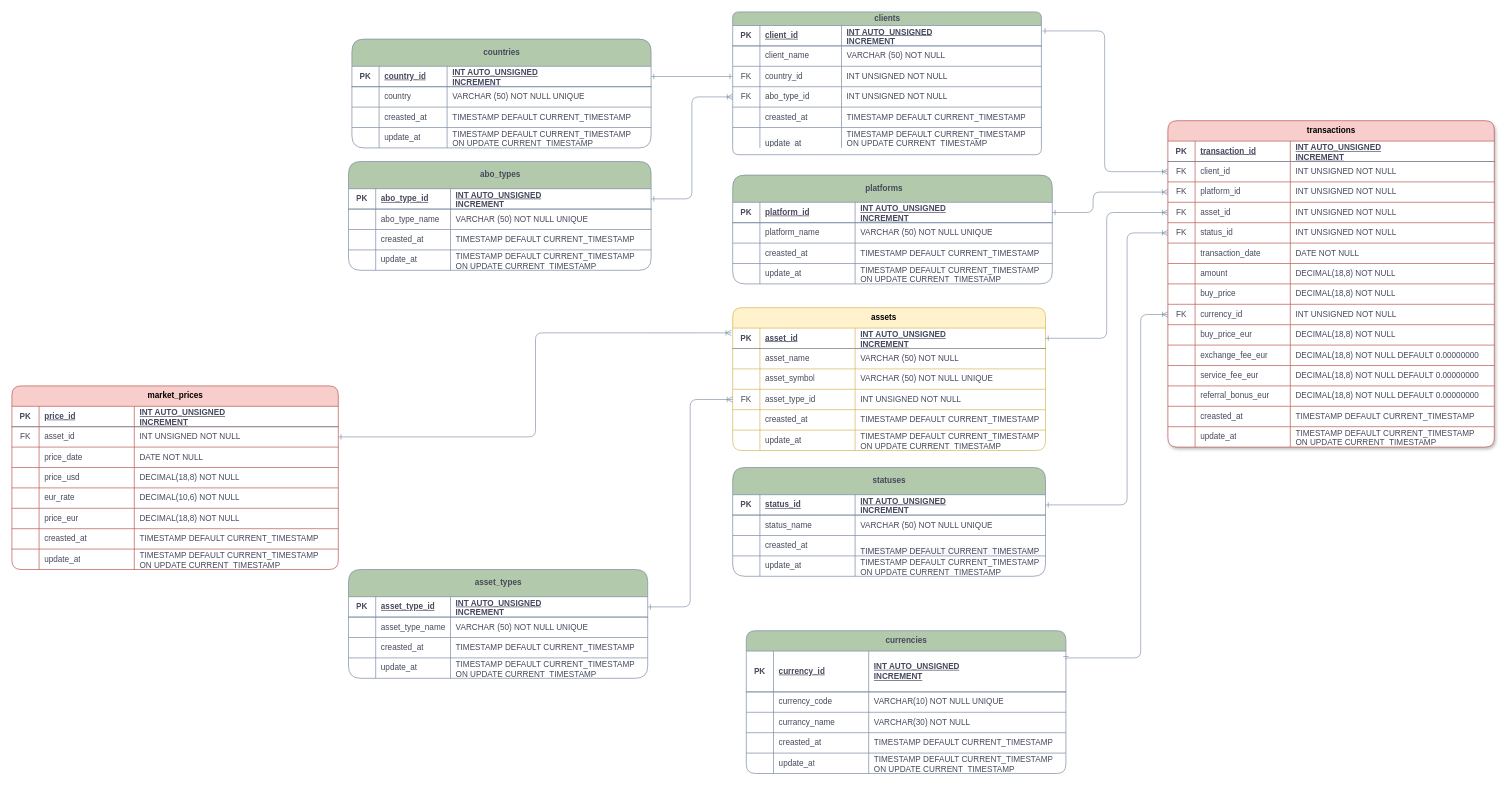
Earlier version of the draw.io diagram page "Seite-2" (1 of 2) of Crypto.drawio (KaterynaSavelieva/crypto-portfolio-analytics). Source tidied: cells renumbered, new cells numbered last; positions are measured from the earlier drawing's top-left corner, leaving out a move shared by most shapes. Both pictures are drawn from the tidied source at 68%, with x=0, y=0 at pixel (12, 12).
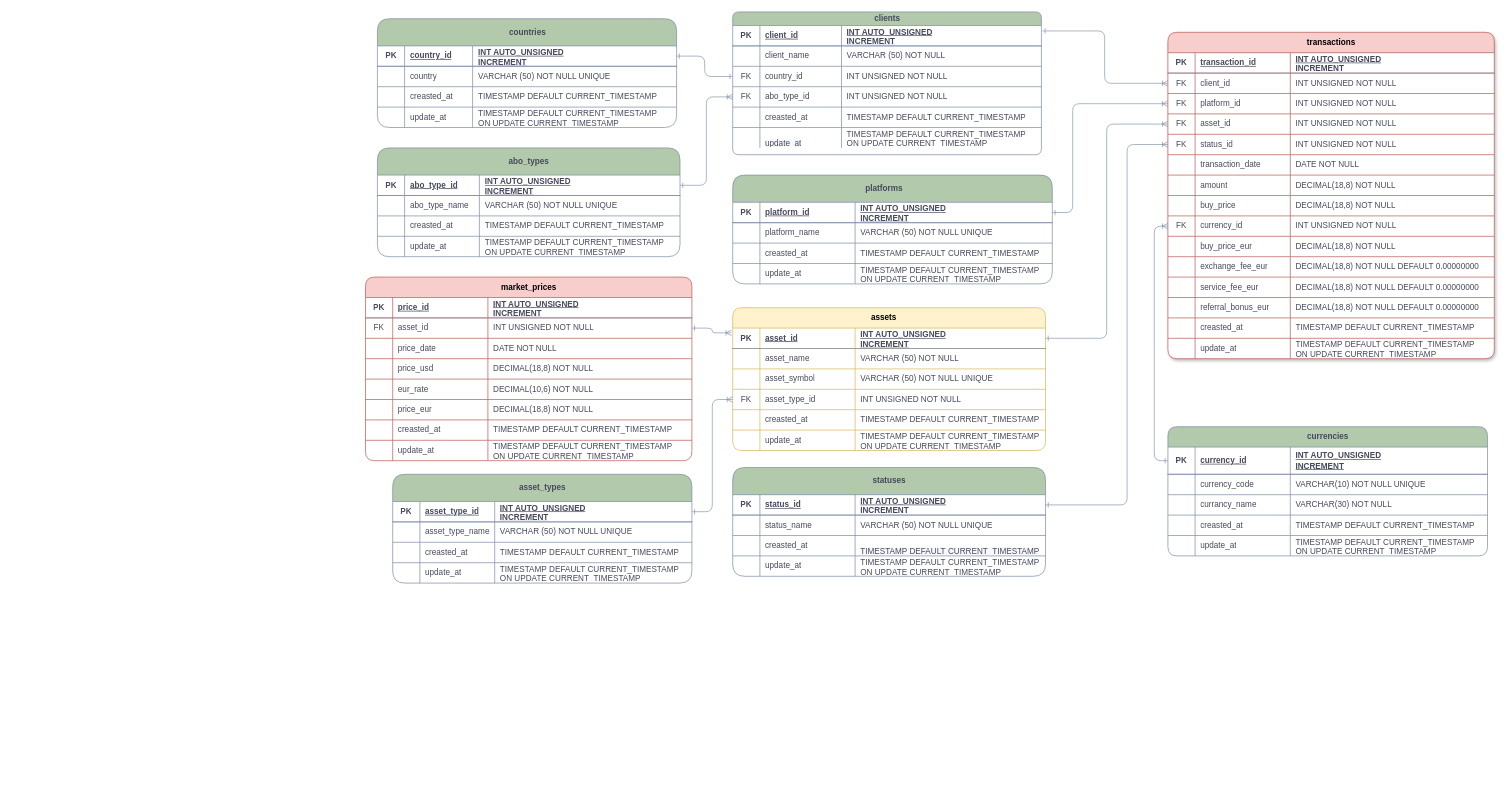
The same page after the edit.

Unchanged cells that the change refers to:
```xml
<mxCell id="107" style="shape=tableRow;horizontal=0;startSize=0;swimlaneHead=0;swimlaneBody=0;fillColor=none;points=[[0,0.5],[1,0.5]];portConstraint=eastwest;top=0;left=0;right=0;bottom=1;rounded=1;comic=0;html=1;strokeColor=#788AA3;fontColor=#46495D;" parent="106" vertex="1">
  <mxGeometry y="40" width="470" height="30" as="geometry" />
</mxCell>
<mxCell id="124" style="shape=tableRow;horizontal=0;startSize=0;swimlaneHead=0;swimlaneBody=0;fillColor=none;points=[[0,0.5],[1,0.5]];portConstraint=eastwest;top=0;left=0;right=0;bottom=1;rounded=1;comic=0;html=1;strokeColor=#788AA3;fontColor=#46495D;" parent="123" vertex="1">
  <mxGeometry y="40" width="460" height="30" as="geometry" />
</mxCell>
<mxCell id="149" style="shape=tableRow;horizontal=0;startSize=0;swimlaneHead=0;swimlaneBody=0;fillColor=none;points=[[0,0.5],[1,0.5]];portConstraint=eastwest;top=0;left=0;right=0;bottom=0;rounded=1;comic=0;html=1;strokeColor=#788AA3;fontColor=#46495D;" parent="140" vertex="1">
  <mxGeometry y="90" width="480" height="30" as="geometry" />
</mxCell>
<mxCell id="157" style="shape=tableRow;horizontal=0;startSize=0;swimlaneHead=0;swimlaneBody=0;fillColor=none;points=[[0,0.5],[1,0.5]];portConstraint=eastwest;top=0;left=0;right=0;bottom=0;rounded=1;comic=0;html=1;strokeColor=#788AA3;fontColor=#46495D;" parent="140" vertex="1">
  <mxGeometry y="150" width="480" height="30" as="geometry" />
</mxCell>
<mxCell id="173" style="shape=tableRow;horizontal=0;startSize=0;swimlaneHead=0;swimlaneBody=0;fillColor=none;points=[[0,0.5],[1,0.5]];portConstraint=eastwest;top=0;left=0;right=0;bottom=0;rounded=1;comic=0;html=1;strokeColor=#788AA3;fontColor=#46495D;" parent="140" vertex="1">
  <mxGeometry y="270" width="480" height="30" as="geometry" />
</mxCell>
```

The edit, as a diff of the source:
```diff
@@
     <mxCell id="2" value="abo_types" style="shape=table;startSize=40;childLayout=tableLayout;rowLines=1;fontStyle=1;align=center;rounded=1;comic=0;html=1;swimlaneHead=1;bottom=1;fillColor=#B2C9AB;strokeColor=#788AA3;fontColor=#46495D;verticalAlign=middle;fontSize=12;" parent="1" vertex="1">
-      <mxGeometry x="495" y="220" width="445" height="160" as="geometry" />
+      <mxGeometry x="537.5" y="200" width="445" height="160" as="geometry" />
     </mxCell>
@@
     <mxCell id="44" value="countries" style="shape=table;startSize=40;childLayout=tableLayout;rowLines=1;fontStyle=1;align=center;rounded=1;comic=0;html=1;swimlaneHead=1;bottom=1;fillColor=#B2C9AB;strokeColor=#788AA3;fontColor=#46495D;verticalAlign=middle;fontSize=12;" parent="1" vertex="1">
-      <mxGeometry x="500" y="40" width="440" height="160" as="geometry" />
+      <mxGeometry x="537.5" y="10" width="440" height="160" as="geometry" />
     </mxCell>
@@
     <mxCell id="86" value="asset_types" style="shape=table;startSize=40;childLayout=tableLayout;rowLines=1;fontStyle=1;align=center;rounded=1;comic=0;html=1;swimlaneHead=1;bottom=1;fillColor=#B2C9AB;strokeColor=#788AA3;fontColor=#46495D;verticalAlign=middle;fontSize=12;" parent="1" vertex="1">
-      <mxGeometry x="495" y="820" width="440" height="160" as="geometry" />
+      <mxGeometry x="560" y="680" width="440" height="160" as="geometry" />
     </mxCell>
@@
     <mxCell id="140" value="transactions" style="shape=table;startSize=30;childLayout=tableLayout;rowLines=1;fontStyle=1;align=center;rounded=1;comic=0;html=1;swimlaneHead=1;bottom=1;fillColor=#f8cecc;strokeColor=#b85450;verticalAlign=middle;fontSize=12;swimlaneFillColor=default;shadow=1;" parent="1" vertex="1">
-      <mxGeometry x="1700" y="160" width="480" height="480" as="geometry" />
+      <mxGeometry x="1700" y="30" width="480" height="480" as="geometry" />
     </mxCell>
@@
     <mxCell id="202" style="edgeStyle=orthogonalEdgeStyle;shape=connector;rounded=1;sketch=0;jettySize=auto;html=1;exitX=1;exitY=0.5;exitDx=0;exitDy=0;entryX=0;entryY=0.5;entryDx=0;entryDy=0;labelBackgroundColor=default;fontFamily=Helvetica;fontSize=12;fontColor=#46495D;startArrow=ERone;startFill=0;endArrow=ERoneToMany;strokeColor=#788AA3;fillColor=#B2C9AB;opacity=90;" parent="1" edge="1" source="124" target="157">
       <mxGeometry relative="1" as="geometry">
         <Array as="points">
           <mxPoint x="1640" y="725" />
-          <mxPoint x="1640" y="325" />
+          <mxPoint x="1640" y="195" />
         </Array>
       </mxGeometry>
     </mxCell>
@@
     <mxCell id="204" style="edgeStyle=orthogonalEdgeStyle;shape=connector;rounded=1;sketch=0;jettySize=auto;html=1;exitX=1;exitY=0.5;exitDx=0;exitDy=0;entryX=0;entryY=0.5;entryDx=0;entryDy=0;labelBackgroundColor=default;fontFamily=Helvetica;fontSize=12;fontColor=#46495D;startArrow=ERone;startFill=0;endArrow=ERoneToMany;strokeColor=#788AA3;fillColor=#B2C9AB;opacity=90;" parent="1" edge="1" source="107" target="149">
       <mxGeometry relative="1" as="geometry">
         <Array as="points">
-          <mxPoint x="1590" y="295" />
-          <mxPoint x="1590" y="265" />
+          <mxPoint x="1560" y="295" />
+          <mxPoint x="1560" y="135" />
         </Array>
       </mxGeometry>
     </mxCell>
     <mxCell id="205" value="currencies" style="shape=table;startSize=30;childLayout=tableLayout;rowLines=1;fontStyle=1;align=center;rounded=1;comic=0;html=1;swimlaneHead=1;bottom=1;fillColor=#B2C9AB;strokeColor=#788AA3;fontColor=#46495D;verticalAlign=middle;fontSize=12;" parent="1" vertex="1">
-      <mxGeometry x="1080" y="910" width="470" height="210" as="geometry" />
+      <mxGeometry x="1700" y="610" width="470" height="190" as="geometry" />
     </mxCell>
     <mxCell id="206" style="shape=tableRow;horizontal=0;startSize=0;swimlaneHead=0;swimlaneBody=0;fillColor=none;points=[[0,0.5],[1,0.5]];portConstraint=eastwest;top=0;left=0;right=0;bottom=1;rounded=1;comic=0;html=1;strokeColor=#788AA3;fontColor=#46495D;" parent="205" vertex="1">
-      <mxGeometry y="30" width="470" height="60" as="geometry" />
+      <mxGeometry y="30" width="470" height="40" as="geometry" />
     </mxCell>
     <mxCell id="207" value="PK" style="shape=partialRectangle;fillColor=none;top=0;left=0;bottom=0;right=0;fontStyle=1;overflow=hidden;rounded=1;comic=0;html=1;strokeColor=#788AA3;fontColor=#46495D;" parent="206" vertex="1">
-      <mxGeometry width="40" height="60" as="geometry" />
+      <mxGeometry width="40" height="40" as="geometry" />
     </mxCell>
     <mxCell id="208" value="currency_id  " style="shape=partialRectangle;fillColor=none;top=0;left=0;bottom=0;right=0;align=left;spacingLeft=6;fontStyle=5;overflow=hidden;rounded=1;comic=0;html=1;strokeColor=#788AA3;fontColor=#46495D;" parent="206" vertex="1">
-      <mxGeometry x="40" width="140" height="60" as="geometry" />
+      <mxGeometry x="40" width="140" height="40" as="geometry" />
     </mxCell>
     <mxCell id="209" value="INT AUTO_UNSIGNED&lt;br&gt;INCREMENT" style="shape=partialRectangle;fillColor=none;top=0;left=0;bottom=0;right=0;align=left;spacingLeft=6;fontStyle=5;overflow=hidden;rounded=1;comic=0;html=1;strokeColor=#788AA3;fontColor=#46495D;" parent="206" vertex="1">
-      <mxGeometry x="180" width="290" height="60" as="geometry" />
+      <mxGeometry x="180" width="290" height="40" as="geometry" />
     </mxCell>
     <mxCell id="210" style="shape=tableRow;horizontal=0;startSize=0;swimlaneHead=0;swimlaneBody=0;fillColor=none;top=0;left=0;right=0;bottom=0;rounded=1;comic=0;html=1;strokeColor=#788AA3;fontColor=#46495D;" parent="205" vertex="1">
-      <mxGeometry y="90" width="470" height="30" as="geometry" />
+      <mxGeometry y="70" width="470" height="30" as="geometry" />
     </mxCell>
@@
     <mxCell id="214" style="shape=tableRow;horizontal=0;startSize=0;swimlaneHead=0;swimlaneBody=0;fillColor=none;top=0;left=0;right=0;bottom=0;rounded=1;comic=0;html=1;strokeColor=#788AA3;fontColor=#46495D;" parent="205" vertex="1">
-      <mxGeometry y="120" width="470" height="30" as="geometry" />
+      <mxGeometry y="100" width="470" height="30" as="geometry" />
     </mxCell>
@@
     <mxCell id="218" style="shape=tableRow;horizontal=0;startSize=0;swimlaneHead=0;swimlaneBody=0;fillColor=none;top=0;left=0;right=0;bottom=0;rounded=1;comic=0;html=1;strokeColor=#788AA3;fontColor=#46495D;" parent="205" vertex="1">
-      <mxGeometry y="150" width="470" height="30" as="geometry" />
+      <mxGeometry y="130" width="470" height="30" as="geometry" />
     </mxCell>
@@
     <mxCell id="222" style="shape=tableRow;horizontal=0;startSize=0;swimlaneHead=0;swimlaneBody=0;fillColor=none;top=0;left=0;right=0;bottom=0;rounded=1;comic=0;html=1;strokeColor=#788AA3;fontColor=#46495D;" parent="205" vertex="1">
-      <mxGeometry y="180" width="470" height="30" as="geometry" />
+      <mxGeometry y="160" width="470" height="30" as="geometry" />
     </mxCell>
@@
-    <mxCell id="226" style="edgeStyle=orthogonalEdgeStyle;shape=connector;rounded=1;sketch=0;jettySize=auto;html=1;exitX=1;exitY=0.2;exitDx=0;exitDy=0;entryX=0;entryY=0.5;entryDx=0;entryDy=0;labelBackgroundColor=default;fontFamily=Helvetica;fontSize=12;fontColor=#46495D;startArrow=ERone;startFill=0;endArrow=ERoneToMany;strokeColor=#788AA3;fillColor=#B2C9AB;opacity=90;exitPerimeter=0;" parent="1" edge="1" source="206" target="173">
-      <mxGeometry relative="1" as="geometry">
-        <Array as="points">
-          <mxPoint x="1550" y="950" />
-          <mxPoint x="1660" y="950" />
-          <mxPoint x="1660" y="445" />
-        </Array>
-      </mxGeometry>
+    <mxCell id="226" style="edgeStyle=orthogonalEdgeStyle;shape=connector;rounded=1;sketch=0;jettySize=auto;html=1;exitX=0;exitY=0.5;exitDx=0;exitDy=0;entryX=0;entryY=0.5;entryDx=0;entryDy=0;labelBackgroundColor=default;fontFamily=Helvetica;fontSize=12;fontColor=#46495D;startArrow=ERone;startFill=0;endArrow=ERoneToMany;strokeColor=#788AA3;fillColor=#B2C9AB;opacity=90;" parent="1" edge="1" source="206" target="173">
+      <mxGeometry relative="1" as="geometry" />
     </mxCell>
     <mxCell id="227" value="market_prices" style="shape=table;startSize=30;childLayout=tableLayout;rowLines=1;fontStyle=1;align=center;rounded=1;comic=0;html=1;swimlaneHead=1;bottom=1;fillColor=#f8cecc;strokeColor=#b85450;verticalAlign=middle;fontSize=12;" parent="1" vertex="1">
-      <mxGeometry y="550" width="480" height="270" as="geometry" />
+      <mxGeometry x="520" y="390" width="480" height="270" as="geometry" />
     </mxCell>
```
